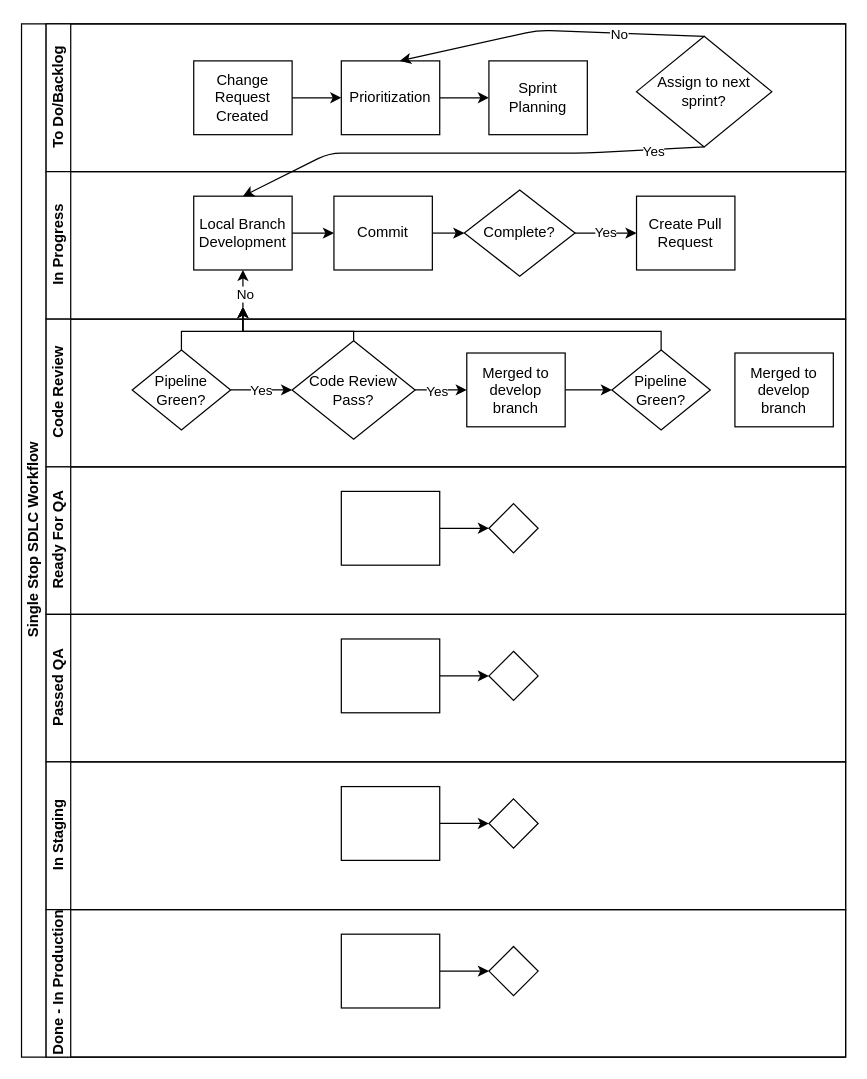
Above: Untitled Diagram.drawio in DaveHorn-Singlestop/draw.io (draw.io), before the change. Source tidied: cells renumbered, new cells numbered last; positions are measured from the earlier drawing's top-left corner, leaving out a move shared by most shapes. Both pictures are drawn from the tidied source at 123%, with x=0, y=0 at pixel (21, 23).
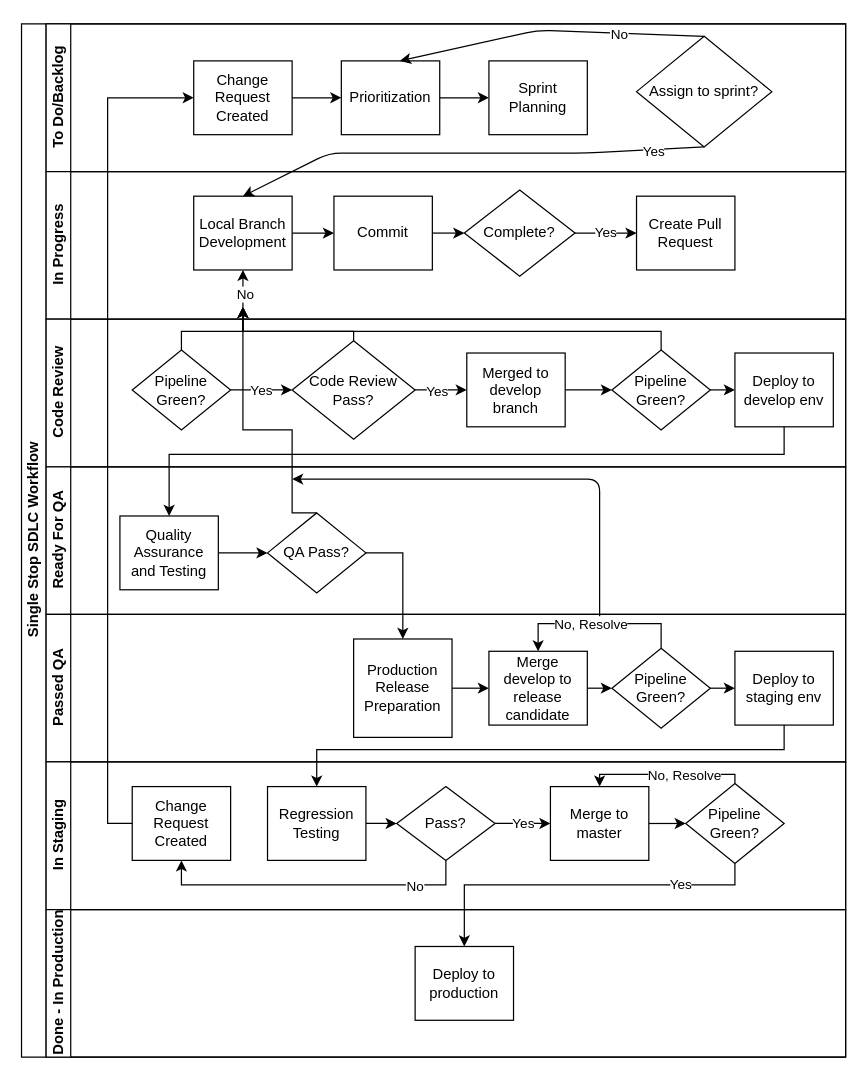
After the change.

Unchanged cells that the change refers to:
```xml
<mxCell id="2" value="Single Stop SDLC Workflow" style="swimlane;html=1;horizontal=0;startSize=20;" parent="1" vertex="1">
  <mxGeometry width="670" height="840" as="geometry" />
</mxCell>
<mxCell id="3" value="To Do/Backlog" style="swimlane;html=1;startSize=20;horizontal=0;" parent="2" vertex="1">
  <mxGeometry x="20" width="650" height="120" as="geometry" />
</mxCell>
<mxCell id="4" value="Change Request Created" style="rounded=0;whiteSpace=wrap;html=1;fontFamily=Helvetica;fontSize=12;fontColor=#000000;align=center;" parent="3" vertex="1">
  <mxGeometry x="120" y="30" width="80" height="60" as="geometry" />
</mxCell>
<mxCell id="20" value="Code Review" style="swimlane;html=1;startSize=20;horizontal=0;" parent="2" vertex="1">
  <mxGeometry x="20" y="240" width="650" height="120" as="geometry" />
</mxCell>
<mxCell id="28" value="Pipeline Green?" style="rhombus;whiteSpace=wrap;html=1;fontFamily=Helvetica;fontSize=12;fontColor=#000000;align=center;" parent="20" vertex="1">
  <mxGeometry x="460" y="25" width="80" height="65" as="geometry" />
</mxCell>
<mxCell id="30" value="Ready For QA" style="swimlane;html=1;startSize=20;horizontal=0;" parent="2" vertex="1">
  <mxGeometry x="20" y="360" width="650" height="120" as="geometry" />
</mxCell>
<mxCell id="34" value="Passed QA" style="swimlane;html=1;startSize=20;horizontal=0;" parent="2" vertex="1">
  <mxGeometry x="20" y="480" width="650" height="120" as="geometry" />
</mxCell>
<mxCell id="38" value="In Staging" style="swimlane;html=1;startSize=20;horizontal=0;" parent="2" vertex="1">
  <mxGeometry x="20" y="600" width="650" height="120" as="geometry" />
</mxCell>
<mxCell id="42" value="Done - In Production" style="swimlane;html=1;startSize=20;horizontal=0;" parent="2" vertex="1">
  <mxGeometry x="20" y="720" width="650" height="120" as="geometry" />
</mxCell>
```

Diff of the diagram source:
```diff
@@
-    <mxCell id="9" value="Assign to next sprint?" style="rhombus;whiteSpace=wrap;html=1;" parent="3" vertex="1">
+    <mxCell id="9" value="Assign to sprint?" style="rhombus;whiteSpace=wrap;html=1;" parent="3" vertex="1">
       <mxGeometry x="480" y="10" width="110" height="90" as="geometry" />
     </mxCell>
@@
+    <mxCell id="53" style="edgeStyle=orthogonalEdgeStyle;rounded=0;jettySize=auto;html=1;exitX=1;exitY=0.5;exitDx=0;exitDy=0;entryX=0;entryY=0.5;entryDx=0;entryDy=0;" parent="20" edge="1" source="28" target="29">
+      <mxGeometry relative="1" as="geometry" />
+    </mxCell>
@@
-    <mxCell id="29" value="Merged to develop branch" style="rounded=0;whiteSpace=wrap;html=1;fontFamily=Helvetica;fontSize=12;fontColor=#000000;align=center;" parent="20" vertex="1">
+    <mxCell id="29" value="Deploy to develop env" style="rounded=0;whiteSpace=wrap;html=1;fontFamily=Helvetica;fontSize=12;fontColor=#000000;align=center;" parent="20" vertex="1">
       <mxGeometry x="560" y="27.5" width="80" height="60" as="geometry" />
     </mxCell>
@@
-    <mxCell id="31" style="edgeStyle=orthogonalEdgeStyle;rounded=0;jettySize=auto;html=1;endArrow=classic;endFill=1;" parent="30" edge="1" source="32" target="33">
-      <mxGeometry relative="1" as="geometry" />
-    </mxCell>
+    <mxCell id="54" style="edgeStyle=orthogonalEdgeStyle;rounded=0;jettySize=auto;html=1;exitX=1;exitY=0.5;exitDx=0;exitDy=0;entryX=0;entryY=0.5;entryDx=0;entryDy=0;" parent="30" edge="1" source="32" target="55">
+      <mxGeometry relative="1" as="geometry" />
+    </mxCell>
-    <mxCell id="32" style="rounded=0;whiteSpace=wrap;html=1;fontFamily=Helvetica;fontSize=12;fontColor=#000000;align=center;" parent="30" vertex="1">
-      <mxGeometry x="240" y="20" width="80" height="60" as="geometry" />
+    <mxCell id="32" value="Quality Assurance and Testing" style="rounded=0;whiteSpace=wrap;html=1;fontFamily=Helvetica;fontSize=12;fontColor=#000000;align=center;" parent="30" vertex="1">
+      <mxGeometry x="60" y="40" width="80" height="60" as="geometry" />
     </mxCell>
-    <mxCell id="33" style="rhombus;whiteSpace=wrap;html=1;fontFamily=Helvetica;fontSize=12;fontColor=#000000;align=center;" parent="30" vertex="1">
-      <mxGeometry x="360" y="30" width="40" height="40" as="geometry" />
-    </mxCell>
+    <mxCell id="55" value="QA Pass?" style="rhombus;whiteSpace=wrap;html=1;fontFamily=Helvetica;fontSize=12;fontColor=#000000;align=center;" parent="30" vertex="1">
+      <mxGeometry x="180" y="37.5" width="80" height="65" as="geometry" />
+    </mxCell>
+    <mxCell id="56" style="endArrow=classic;html=1;" parent="30" edge="1">
+      <mxGeometry relative="1" as="geometry">
+        <mxPoint x="450" y="130" as="sourcePoint" />
+        <mxPoint x="200" y="10" as="targetPoint" />
+        <Array as="points">
+          <mxPoint x="450" y="10" />
+        </Array>
+      </mxGeometry>
+    </mxCell>
@@
-    <mxCell id="35" style="edgeStyle=orthogonalEdgeStyle;rounded=0;jettySize=auto;html=1;endArrow=classic;endFill=1;" parent="34" edge="1" source="36" target="37">
-      <mxGeometry relative="1" as="geometry" />
-    </mxCell>
-    <mxCell id="36" style="rounded=0;whiteSpace=wrap;html=1;fontFamily=Helvetica;fontSize=12;fontColor=#000000;align=center;" parent="34" vertex="1">
-      <mxGeometry x="240" y="20" width="80" height="60" as="geometry" />
-    </mxCell>
-    <mxCell id="37" style="rhombus;whiteSpace=wrap;html=1;fontFamily=Helvetica;fontSize=12;fontColor=#000000;align=center;" parent="34" vertex="1">
-      <mxGeometry x="360" y="30" width="40" height="40" as="geometry" />
-    </mxCell>
+    <mxCell id="57" style="edgeStyle=orthogonalEdgeStyle;rounded=0;jettySize=auto;html=1;exitX=1;exitY=0.5;exitDx=0;exitDy=0;entryX=0;entryY=0.5;entryDx=0;entryDy=0;" parent="34" edge="1" source="58" target="60">
+      <mxGeometry relative="1" as="geometry" />
+    </mxCell>
+    <mxCell id="58" value="Production Release Preparation" style="whiteSpace=wrap;html=1;" parent="34" vertex="1">
+      <mxGeometry x="250" y="20" width="80" height="80" as="geometry" />
+    </mxCell>
+    <mxCell id="59" style="edgeStyle=orthogonalEdgeStyle;rounded=0;jettySize=auto;html=1;exitX=1;exitY=0.5;exitDx=0;exitDy=0;entryX=0;entryY=0.5;entryDx=0;entryDy=0;" parent="34" edge="1" source="60" target="64">
+      <mxGeometry relative="1" as="geometry" />
+    </mxCell>
+    <mxCell id="60" value="Merge develop to release candidate" style="rounded=0;whiteSpace=wrap;html=1;fontFamily=Helvetica;fontSize=12;fontColor=#000000;align=center;" parent="34" vertex="1">
+      <mxGeometry x="360" y="30" width="80" height="60" as="geometry" />
+    </mxCell>
+    <mxCell id="61" style="edgeStyle=orthogonalEdgeStyle;rounded=0;jettySize=auto;html=1;exitX=0.5;exitY=0;exitDx=0;exitDy=0;entryX=0.5;entryY=0;entryDx=0;entryDy=0;" parent="34" edge="1" source="64" target="60">
+      <mxGeometry relative="1" as="geometry" />
+    </mxCell>
+    <mxCell id="62" value="No, Resolve" style="edgeLabel;html=1;align=center;verticalAlign=middle;" parent="61" vertex="1">
+      <mxGeometry x="0.1" relative="1" as="geometry" />
+    </mxCell>
+    <mxCell id="63" style="edgeStyle=orthogonalEdgeStyle;rounded=0;jettySize=auto;html=1;exitX=1;exitY=0.5;exitDx=0;exitDy=0;entryX=0;entryY=0.5;entryDx=0;entryDy=0;" parent="34" edge="1" source="64" target="65">
+      <mxGeometry relative="1" as="geometry" />
+    </mxCell>
+    <mxCell id="64" value="Pipeline Green?" style="rhombus;whiteSpace=wrap;html=1;fontFamily=Helvetica;fontSize=12;fontColor=#000000;align=center;" parent="34" vertex="1">
+      <mxGeometry x="460" y="27.5" width="80" height="65" as="geometry" />
+    </mxCell>
+    <mxCell id="65" value="Deploy to staging env" style="rounded=0;whiteSpace=wrap;html=1;fontFamily=Helvetica;fontSize=12;fontColor=#000000;align=center;" parent="34" vertex="1">
+      <mxGeometry x="560" y="30" width="80" height="60" as="geometry" />
+    </mxCell>
@@
-    <mxCell id="40" style="rounded=0;whiteSpace=wrap;html=1;fontFamily=Helvetica;fontSize=12;fontColor=#000000;align=center;" parent="38" vertex="1">
-      <mxGeometry x="240" y="20" width="80" height="60" as="geometry" />
+    <mxCell id="40" value="Regression Testing" style="rounded=0;whiteSpace=wrap;html=1;fontFamily=Helvetica;fontSize=12;fontColor=#000000;align=center;" parent="38" vertex="1">
+      <mxGeometry x="180" y="20" width="80" height="60" as="geometry" />
     </mxCell>
+    <mxCell id="66" style="edgeStyle=orthogonalEdgeStyle;rounded=0;jettySize=auto;html=1;exitX=0.5;exitY=1;exitDx=0;exitDy=0;entryX=0.5;entryY=1;entryDx=0;entryDy=0;" parent="38" edge="1" source="41" target="69">
+      <mxGeometry relative="1" as="geometry" />
+    </mxCell>
+    <mxCell id="67" value="No" style="edgeLabel;html=1;align=center;verticalAlign=middle;" parent="66" vertex="1">
+      <mxGeometry x="-0.64" relative="1" as="geometry" />
+    </mxCell>
+    <mxCell id="68" value="Yes" style="edgeStyle=orthogonalEdgeStyle;rounded=0;jettySize=auto;html=1;exitX=1;exitY=0.5;exitDx=0;exitDy=0;entryX=0;entryY=0.5;entryDx=0;entryDy=0;" parent="38" edge="1" source="41" target="71">
+      <mxGeometry relative="1" as="geometry" />
+    </mxCell>
-    <mxCell id="41" style="rhombus;whiteSpace=wrap;html=1;fontFamily=Helvetica;fontSize=12;fontColor=#000000;align=center;" parent="38" vertex="1">
-      <mxGeometry x="360" y="30" width="40" height="40" as="geometry" />
+    <mxCell id="41" value="Pass?" style="rhombus;whiteSpace=wrap;html=1;fontFamily=Helvetica;fontSize=12;fontColor=#000000;align=center;" parent="38" vertex="1">
+      <mxGeometry x="285" y="20" width="80" height="60" as="geometry" />
     </mxCell>
+    <mxCell id="69" value="Change Request Created" style="rounded=0;whiteSpace=wrap;html=1;fontFamily=Helvetica;fontSize=12;fontColor=#000000;align=center;" parent="38" vertex="1">
+      <mxGeometry x="70" y="20" width="80" height="60" as="geometry" />
+    </mxCell>
+    <mxCell id="70" style="edgeStyle=orthogonalEdgeStyle;rounded=0;jettySize=auto;html=1;exitX=1;exitY=0.5;exitDx=0;exitDy=0;entryX=0;entryY=0.5;entryDx=0;entryDy=0;" parent="38" edge="1" source="71" target="74">
+      <mxGeometry relative="1" as="geometry" />
+    </mxCell>
+    <mxCell id="71" value="Merge to master" style="rounded=0;whiteSpace=wrap;html=1;fontFamily=Helvetica;fontSize=12;fontColor=#000000;align=center;" parent="38" vertex="1">
+      <mxGeometry x="410" y="20" width="80" height="60" as="geometry" />
+    </mxCell>
+    <mxCell id="72" style="edgeStyle=orthogonalEdgeStyle;rounded=0;jettySize=auto;html=1;exitX=0.5;exitY=0;exitDx=0;exitDy=0;entryX=0.5;entryY=0;entryDx=0;entryDy=0;" parent="38" edge="1" source="74" target="71">
+      <mxGeometry relative="1" as="geometry">
+        <Array as="points">
+          <mxPoint x="560" y="10" />
+          <mxPoint x="450" y="10" />
+        </Array>
+      </mxGeometry>
+    </mxCell>
+    <mxCell id="73" value="No, Resolve" style="edgeLabel;html=1;align=center;verticalAlign=middle;" parent="72" vertex="1">
+      <mxGeometry x="-0.23" relative="1" as="geometry" />
+    </mxCell>
+    <mxCell id="74" value="Pipeline Green?" style="rhombus;whiteSpace=wrap;html=1;fontFamily=Helvetica;fontSize=12;fontColor=#000000;align=center;" parent="38" vertex="1">
+      <mxGeometry x="520" y="17.5" width="80" height="65" as="geometry" />
+    </mxCell>
@@
-    <mxCell id="43" style="edgeStyle=orthogonalEdgeStyle;rounded=0;jettySize=auto;html=1;endArrow=classic;endFill=1;" parent="42" edge="1" source="44" target="45">
-      <mxGeometry relative="1" as="geometry" />
-    </mxCell>
-    <mxCell id="44" style="rounded=0;whiteSpace=wrap;html=1;fontFamily=Helvetica;fontSize=12;fontColor=#000000;align=center;" parent="42" vertex="1">
-      <mxGeometry x="240" y="20" width="80" height="60" as="geometry" />
+    <mxCell id="44" value="Deploy to production" style="rounded=0;whiteSpace=wrap;html=1;fontFamily=Helvetica;fontSize=12;fontColor=#000000;align=center;" parent="42" vertex="1">
+      <mxGeometry x="300" y="30" width="80" height="60" as="geometry" />
     </mxCell>
-    <mxCell id="45" style="rhombus;whiteSpace=wrap;html=1;fontFamily=Helvetica;fontSize=12;fontColor=#000000;align=center;" parent="42" vertex="1">
-      <mxGeometry x="360" y="30" width="40" height="40" as="geometry" />
-    </mxCell>
@@
+    <mxCell id="75" style="edgeStyle=orthogonalEdgeStyle;rounded=0;jettySize=auto;html=1;exitX=0.5;exitY=1;exitDx=0;exitDy=0;entryX=0.5;entryY=0;entryDx=0;entryDy=0;" parent="2" edge="1" source="29" target="32">
+      <mxGeometry relative="1" as="geometry">
+        <Array as="points">
+          <mxPoint x="620" y="350" />
+          <mxPoint x="120" y="350" />
+        </Array>
+      </mxGeometry>
+    </mxCell>
+    <mxCell id="76" style="edgeStyle=orthogonalEdgeStyle;rounded=0;jettySize=auto;html=1;exitX=1;exitY=0.5;exitDx=0;exitDy=0;entryX=0.5;entryY=0;entryDx=0;entryDy=0;" parent="2" edge="1" source="55" target="58">
+      <mxGeometry relative="1" as="geometry" />
+    </mxCell>
+    <mxCell id="77" style="edgeStyle=orthogonalEdgeStyle;rounded=0;jettySize=auto;html=1;exitX=0.5;exitY=1;exitDx=0;exitDy=0;entryX=0.5;entryY=0;entryDx=0;entryDy=0;" parent="2" edge="1" source="65" target="40">
+      <mxGeometry relative="1" as="geometry">
+        <Array as="points">
+          <mxPoint x="620" y="590" />
+          <mxPoint x="240" y="590" />
+        </Array>
+      </mxGeometry>
+    </mxCell>
+    <mxCell id="78" style="edgeStyle=orthogonalEdgeStyle;rounded=0;jettySize=auto;html=1;exitX=0;exitY=0.5;exitDx=0;exitDy=0;entryX=0;entryY=0.5;entryDx=0;entryDy=0;" parent="2" edge="1" source="69" target="4">
+      <mxGeometry relative="1" as="geometry" />
+    </mxCell>
+    <mxCell id="79" style="edgeStyle=orthogonalEdgeStyle;rounded=0;jettySize=auto;html=1;exitX=0.5;exitY=1;exitDx=0;exitDy=0;entryX=0.5;entryY=0;entryDx=0;entryDy=0;" parent="2" edge="1" source="74" target="44">
+      <mxGeometry relative="1" as="geometry">
+        <Array as="points">
+          <mxPoint x="580" y="700" />
+          <mxPoint x="360" y="700" />
+        </Array>
+      </mxGeometry>
+    </mxCell>
+    <mxCell id="80" value="Yes" style="edgeLabel;html=1;align=center;verticalAlign=middle;" parent="79" vertex="1">
+      <mxGeometry x="-0.57" y="-1" relative="1" as="geometry" />
+    </mxCell>
@@
+    <mxCell id="81" style="edgeStyle=orthogonalEdgeStyle;rounded=0;jettySize=auto;html=1;exitX=0.5;exitY=0;exitDx=0;exitDy=0;" parent="1" edge="1" source="55">
+      <mxGeometry relative="1" as="geometry">
+        <mxPoint x="180" y="230" as="targetPoint" />
+        <Array as="points">
+          <mxPoint x="220" y="398" />
+          <mxPoint x="220" y="330" />
+          <mxPoint x="180" y="330" />
+        </Array>
+      </mxGeometry>
+    </mxCell>
```
